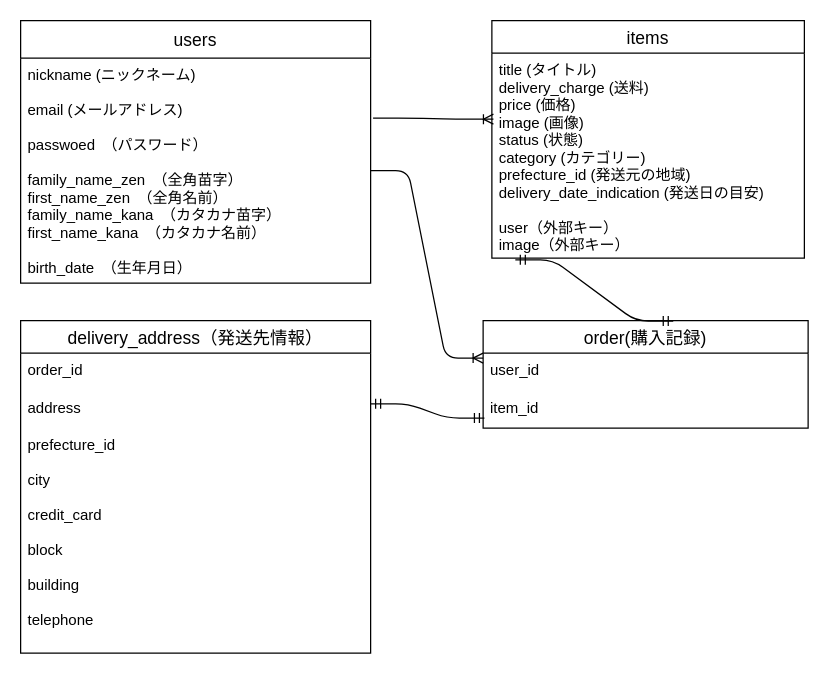
This is db/detabase.dio from Drbeer-miyako/furima-35247, a draw.io file, before an edit. Source tidied: cells renumbered, new cells numbered last; positions are measured from the earlier drawing's top-left corner, leaving out a move shared by most shapes. Both pictures are drawn from the tidied source at 125%, with x=0, y=0 at pixel (20, 20).
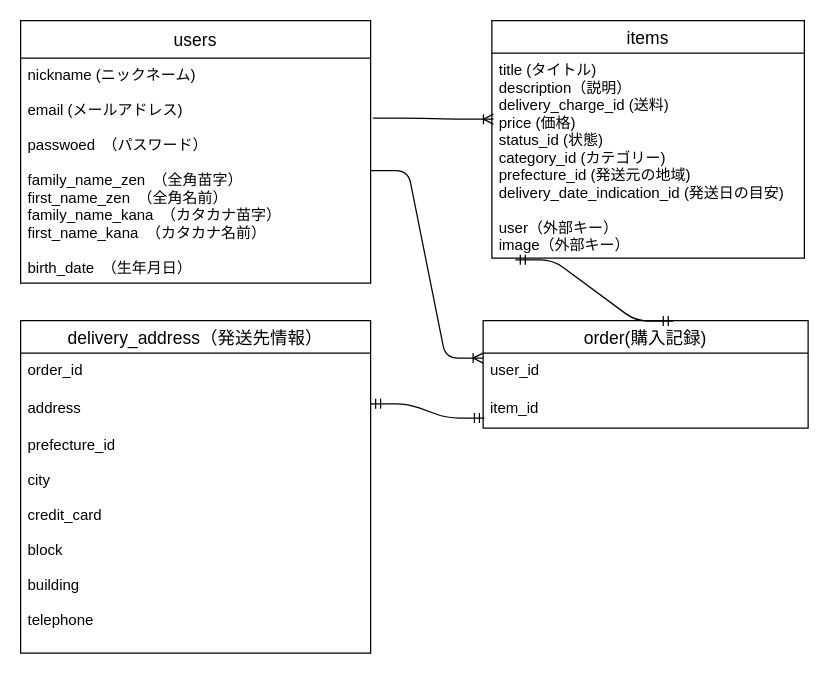
Above is the later version.

Commit message (it also covers changes not shown here):
レビューを受けての変更③

Diff of the diagram source:
```diff
@@
 <mxGraphModel>
   <root>
     <mxCell id="0" />
     <mxCell id="1" parent="0" />
     <mxCell id="2" value="users" style="swimlane;fontStyle=0;horizontal=1;startSize=30;align=center;fontSize=14;" parent="1" vertex="1">
       <mxGeometry width="280" height="210" as="geometry" />
     </mxCell>
     <mxCell id="3" value="nickname (ニックネーム)&#10;&#10;email (メールアドレス)&#10;&#10;passwoed　（パスワード）&#10;&#10;family_name_zen　（全角苗字）&#10;first_name_zen　（全角名前）&#10;family_name_kana　（カタカナ苗字）&#10;first_name_kana　（カタカナ名前）&#10;&#10;birth_date　（生年月日）&#10;&#10;" style="text;strokeColor=none;fillColor=none;spacingLeft=4;spacingRight=4;overflow=hidden;points=[[0,0.5],[1,0.5]];portConstraint=eastwest;fontSize=12;" parent="2" vertex="1">
       <mxGeometry y="30" width="280" height="180" as="geometry" />
     </mxCell>
     <mxCell id="4" value="items" style="swimlane;fontStyle=0;horizontal=1;startSize=26;align=center;fontSize=14;" parent="1" vertex="1">
       <mxGeometry x="377" width="250" height="190" as="geometry" />
     </mxCell>
-    <mxCell id="5" value="title (タイトル)&#10;delivery_charge (送料)&#10;price (価格)&#10;image (画像)&#10;status (状態)&#10;category (カテゴリー)&#10;prefecture_id (発送元の地域)&#10;delivery_date_indication (発送日の目安)&#10;&#10;user（外部キー）&#10;image（外部キー）" style="text;strokeColor=none;fillColor=none;spacingLeft=4;spacingRight=4;overflow=hidden;points=[[0,0.5],[1,0.5]];portConstraint=eastwest;fontSize=12;strokeWidth=1;" parent="4" vertex="1">
+    <mxCell id="5" value="title (タイトル)&#10;description（説明）&#10;delivery_charge_id (送料)&#10;price (価格)&#10;status_id (状態)&#10;category_id (カテゴリー)&#10;prefecture_id (発送元の地域)&#10;delivery_date_indication_id (発送日の目安)&#10;&#10;user（外部キー）&#10;image（外部キー）" style="text;strokeColor=none;fillColor=none;spacingLeft=4;spacingRight=4;overflow=hidden;points=[[0,0.5],[1,0.5]];portConstraint=eastwest;fontSize=12;strokeWidth=1;" parent="4" vertex="1">
       <mxGeometry y="26" width="250" height="164" as="geometry" />
     </mxCell>
     <mxCell id="6" value="order(購入記録)" style="swimlane;fontStyle=0;horizontal=1;startSize=26;align=center;fontSize=14;strokeWidth=1;" parent="1" vertex="1">
       <mxGeometry x="370" y="240" width="260" height="86" as="geometry" />
     </mxCell>
     <mxCell id="7" value="user_id" style="text;strokeColor=none;fillColor=none;spacingLeft=4;spacingRight=4;overflow=hidden;points=[[0,0.5],[1,0.5]];portConstraint=eastwest;fontSize=12;" parent="6" vertex="1">
       <mxGeometry y="26" width="260" height="30" as="geometry" />
     </mxCell>
     <mxCell id="8" value="item_id" style="text;strokeColor=none;fillColor=none;spacingLeft=4;spacingRight=4;overflow=hidden;points=[[0,0.5],[1,0.5]];portConstraint=eastwest;fontSize=12;" parent="6" vertex="1">
       <mxGeometry y="56" width="260" height="30" as="geometry" />
     </mxCell>
     <mxCell id="9" value="delivery_address（発送先情報）" style="swimlane;fontStyle=0;horizontal=1;startSize=26;align=center;fontSize=14;" parent="1" vertex="1">
       <mxGeometry y="240" width="280" height="266" as="geometry" />
     </mxCell>
     <mxCell id="10" value="order_id&#10;" style="text;strokeColor=none;fillColor=none;spacingLeft=4;spacingRight=4;overflow=hidden;fontSize=12;" parent="9" vertex="1">
       <mxGeometry y="26" width="280" height="30" as="geometry" />
     </mxCell>
     <mxCell id="11" value="address" style="text;strokeColor=none;fillColor=none;spacingLeft=4;spacingRight=4;overflow=hidden;fontSize=12;" parent="9" vertex="1">
       <mxGeometry y="56" width="280" height="30" as="geometry" />
     </mxCell>
     <mxCell id="12" value="prefecture_id&#10;&#10;city&#10;&#10;credit_card&#10;&#10;block&#10;&#10;building&#10;&#10;telephone" style="text;strokeColor=none;fillColor=none;spacingLeft=4;spacingRight=4;overflow=hidden;fontSize=12;" parent="9" vertex="1">
       <mxGeometry y="86" width="280" height="180" as="geometry" />
     </mxCell>
     <mxCell id="13" style="edgeStyle=entityRelationEdgeStyle;fontSize=12;html=1;endArrow=ERoneToMany;exitX=1.007;exitY=0.267;exitDx=0;exitDy=0;exitPerimeter=0;entryX=0.005;entryY=0.322;entryDx=0;entryDy=0;entryPerimeter=0;" parent="1" edge="1" source="3" target="5">
       <mxGeometry relative="1" as="geometry" />
     </mxCell>
     <mxCell id="14" style="edgeStyle=entityRelationEdgeStyle;fontSize=12;html=1;endArrow=ERmandOne;startArrow=ERmandOne;exitX=0.075;exitY=1.008;exitDx=0;exitDy=0;exitPerimeter=0;entryX=0.585;entryY=0.004;entryDx=0;entryDy=0;entryPerimeter=0;" parent="1" edge="1" source="5" target="6">
       <mxGeometry relative="1" as="geometry" />
     </mxCell>
     <mxCell id="15" style="edgeStyle=entityRelationEdgeStyle;fontSize=12;html=1;endArrow=ERoneToMany;exitX=1;exitY=0.5;exitDx=0;exitDy=0;entryX=0;entryY=0.133;entryDx=0;entryDy=0;entryPerimeter=0;" parent="1" edge="1" source="3" target="7">
       <mxGeometry relative="1" as="geometry" />
     </mxCell>
     <mxCell id="16" style="edgeStyle=entityRelationEdgeStyle;fontSize=12;html=1;endArrow=ERmandOne;startArrow=ERmandOne;exitX=1;exitY=0.25;exitDx=0;exitDy=0;entryX=0.004;entryY=0.733;entryDx=0;entryDy=0;entryPerimeter=0;" parent="1" edge="1" source="9" target="8">
       <mxGeometry relative="1" as="geometry" />
     </mxCell>
   </root>
 </mxGraphModel>
```
